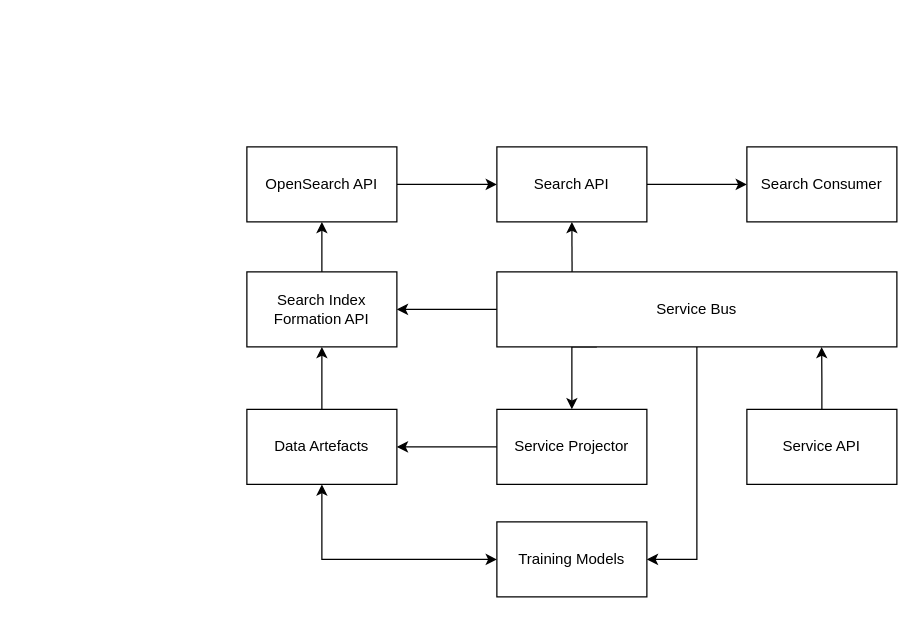
The draw.io diagram docs/design/Diagrams.drawio in gilo-agilo/innovation-hub-2022-challenge-04, before the edit. Source tidied: cells renumbered, new cells numbered last; positions are measured from the earlier drawing's top-left corner, leaving out a move shared by most shapes. Both pictures are drawn from the tidied source at 125%, with x=0, y=0 at pixel (246, 146).
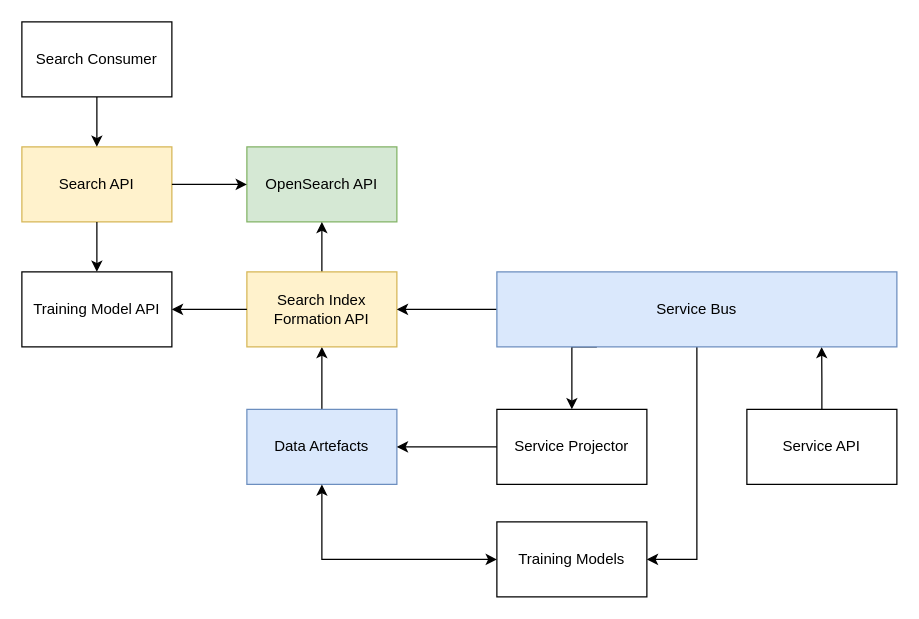
After the change.

Change to the diagram source:
```diff
@@
-    <mxCell id="2" style="edgeStyle=orthogonalEdgeStyle;rounded=0;jettySize=auto;html=1;" parent="1" edge="1" source="3" target="5">
-      <mxGeometry relative="1" as="geometry" />
-    </mxCell>
-    <mxCell id="3" value="OpenSearch API" style="rounded=0;whiteSpace=wrap;html=1;" parent="1" vertex="1">
+    <mxCell id="3" value="OpenSearch API" style="rounded=0;whiteSpace=wrap;html=1;fillColor=#d5e8d4;strokeColor=#82b366;" parent="1" vertex="1">
       <mxGeometry width="120" height="60" as="geometry" />
     </mxCell>
-    <mxCell id="4" style="edgeStyle=orthogonalEdgeStyle;rounded=0;jettySize=auto;html=1;" parent="1" edge="1" source="5" target="6">
-      <mxGeometry relative="1" as="geometry" />
-    </mxCell>
-    <mxCell id="5" value="Search API" style="whiteSpace=wrap;html=1;rounded=0;" parent="1" vertex="1">
-      <mxGeometry x="200" width="120" height="60" as="geometry" />
+    <mxCell id="5" value="Search API" style="whiteSpace=wrap;html=1;rounded=0;fillColor=#fff2cc;strokeColor=#d6b656;" parent="1" vertex="1">
+      <mxGeometry x="-180" width="120" height="60" as="geometry" />
     </mxCell>
+    <mxCell id="22" style="edgeStyle=orthogonalEdgeStyle;rounded=0;jettySize=auto;html=1;" parent="1" edge="1" source="6" target="5">
+      <mxGeometry relative="1" as="geometry" />
+    </mxCell>
     <mxCell id="6" value="Search Consumer" style="whiteSpace=wrap;html=1;rounded=0;" parent="1" vertex="1">
-      <mxGeometry x="400" width="120" height="60" as="geometry" />
+      <mxGeometry x="-180" y="-100" width="120" height="60" as="geometry" />
     </mxCell>
@@
-    <mxCell id="8" value="Data Artefacts" style="rounded=0;whiteSpace=wrap;html=1;" parent="1" vertex="1">
+    <mxCell id="8" value="Data Artefacts" style="rounded=0;whiteSpace=wrap;html=1;fillColor=#dae8fc;strokeColor=#6c8ebf;" parent="1" vertex="1">
       <mxGeometry y="210" width="120" height="60" as="geometry" />
     </mxCell>
@@
-    <mxCell id="12" value="Search Index Formation API" style="whiteSpace=wrap;html=1;rounded=0;" parent="1" vertex="1">
+    <mxCell id="12" value="Search Index Formation API" style="whiteSpace=wrap;html=1;rounded=0;fillColor=#fff2cc;strokeColor=#d6b656;" parent="1" vertex="1">
       <mxGeometry y="100" width="120" height="60" as="geometry" />
     </mxCell>
@@
-    <mxCell id="19" value="Service Bus" style="whiteSpace=wrap;html=1;rounded=0;" parent="1" vertex="1">
+    <mxCell id="19" value="Service Bus" style="whiteSpace=wrap;html=1;rounded=0;fillColor=#dae8fc;strokeColor=#6c8ebf;" parent="1" vertex="1">
       <mxGeometry x="200" y="100" width="320" height="60" as="geometry" />
     </mxCell>
@@
-    <mxCell id="21" style="endArrow=classic;html=1;rounded=0;entryX=0.5;entryY=1;entryDx=0;entryDy=0;exitX=0.188;exitY=0;exitDx=0;exitDy=0;exitPerimeter=0;" parent="1" edge="1" source="19" target="5">
-      <mxGeometry relative="1" as="geometry" />
-    </mxCell>
+    <mxCell id="23" value="Training Model API" style="rounded=0;whiteSpace=wrap;html=1;" parent="1" vertex="1">
+      <mxGeometry x="-180" y="100" width="120" height="60" as="geometry" />
+    </mxCell>
+    <mxCell id="24" style="endArrow=classic;html=1;rounded=0;exitX=0;exitY=0.5;exitDx=0;exitDy=0;edgeStyle=orthogonalEdgeStyle;" parent="1" edge="1" source="12" target="23">
+      <mxGeometry relative="1" as="geometry" />
+    </mxCell>
+    <mxCell id="25" style="endArrow=classic;html=1;rounded=0;exitX=1;exitY=0.5;exitDx=0;exitDy=0;entryX=0;entryY=0.5;entryDx=0;entryDy=0;" parent="1" edge="1" source="5" target="3">
+      <mxGeometry relative="1" as="geometry" />
+    </mxCell>
+    <mxCell id="26" style="endArrow=classic;html=1;rounded=0;entryX=0.5;entryY=0;entryDx=0;entryDy=0;exitX=0.5;exitY=1;exitDx=0;exitDy=0;edgeStyle=orthogonalEdgeStyle;" parent="1" edge="1" source="5" target="23">
+      <mxGeometry relative="1" as="geometry" />
+    </mxCell>
```
